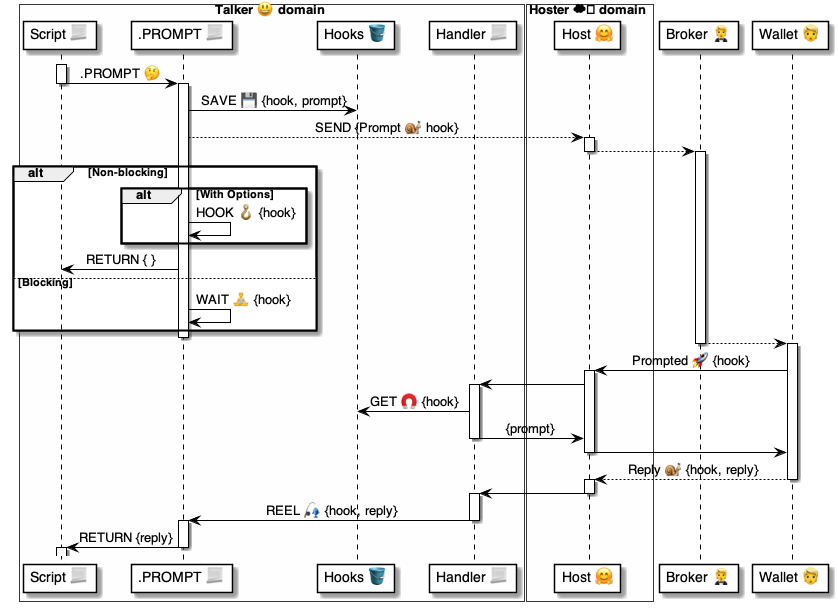
The PlantUML diagram 4 ⚙️ Solution/35 💬 Chats/Talkers 😃/😃⏩ Talker flows/Send Prompts 😃⏩🧑‍🦰/🤔 Prompts ⚙️ uml.png in pollyweb-org/pollyweb-docs, before a commit. Its source is kept beside it as 4 ⚙️ Solution/35 💬 Chats/Talkers 😃/😃⏩ Talker flows/Send Prompts 😃⏩🧑‍🦰/🤔 Prompts ⚙️ uml.puml.
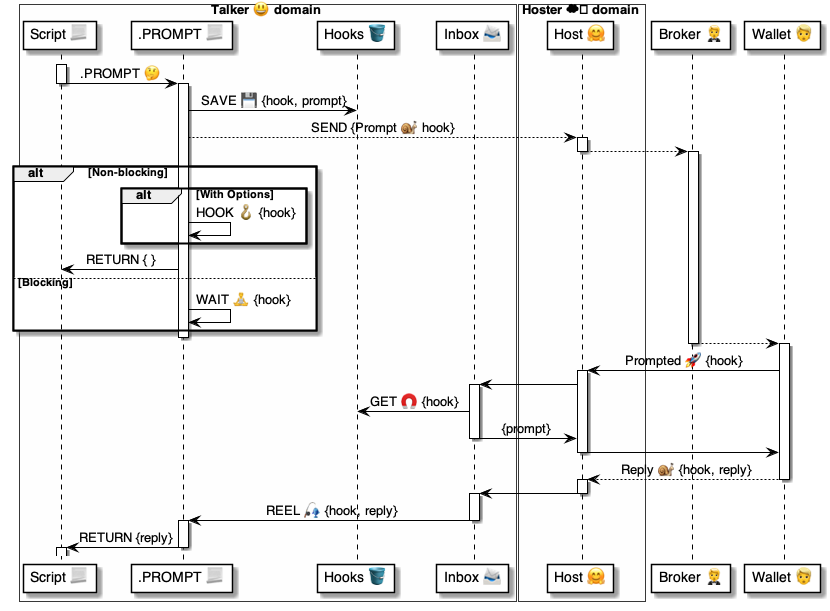
The same file after the commit.

What changed in the source:
```diff
@@ -4,7 +4,7 @@
     participant "Script 📃" as script
     participant ".PROMPT 📃" as talker
     participant "Hooks 🪣" as hooks
-    participant "Handler 📃" as handler
+    participant "Inbox 📨" as handler
 end box
 
 box Hoster ☁️ domain #FFFFFA
```
